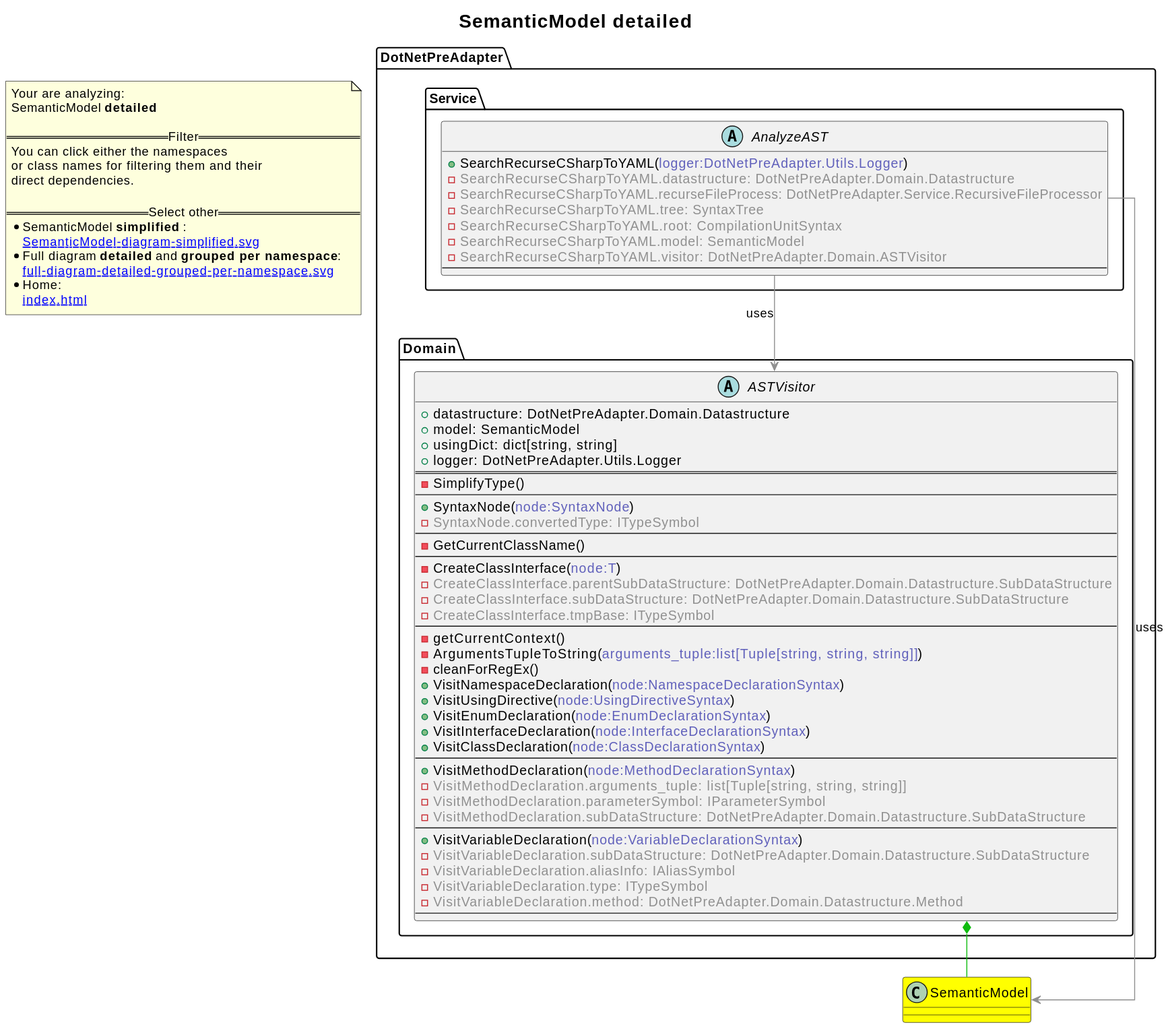
Before: revenger-csharp-adapter.out/SemanticModel-diagram-detailed.svg, a diagram exported from PlantUML (2BlackCoffees/revenger). Source of this version:
```plantuml
@startuml
skinparam linetype ortho
title <size:20>SemanticModel **detailed** </size>
note "Your are analyzing:\nSemanticModel **detailed** \n\n==Filter==\nYou can click either the namespaces \nor class names for filtering them and their\ndirect dependencies.\n\n==Select other==\n* SemanticModel **simplified** :\n   [[SemanticModel-diagram-simplified.svg]]\n* Full diagram **detailed** and **grouped per namespace**:\n   [[full-diagram-detailed-grouped-per-namespace.svg]]\n* Home:\n   [[index.html]]" as FloatingNote
class SemanticModel [[SemanticModel-diagram-detailed.svg]] #yellow {
}
  abstract class DotNetPreAdapter.Domain.ASTVisitor [[DotNetPreAdapter.Domain.ASTVisitor-diagram-detailed.svg]]  {
    + datastructure: DotNetPreAdapter.Domain.Datastructure
    + model: SemanticModel
    + usingDict: dict[string, string]
    + logger: DotNetPreAdapter.Utils.Logger
==
    - SimplifyType(<font color="6060BB"></font>)
--
    + SyntaxNode(<font color="6060BB">node:SyntaxNode</font>)
    - <font color="909090">SyntaxNode.convertedType: ITypeSymbol</font>
--
    - GetCurrentClassName(<font color="6060BB"></font>)
--
    - CreateClassInterface(<font color="6060BB">node:T</font>)
    - <font color="909090">CreateClassInterface.parentSubDataStructure: DotNetPreAdapter.Domain.Datastructure.SubDataStructure</font>
    - <font color="909090">CreateClassInterface.subDataStructure: DotNetPreAdapter.Domain.Datastructure.SubDataStructure</font>
    - <font color="909090">CreateClassInterface.tmpBase: ITypeSymbol</font>
--
    - getCurrentContext(<font color="6060BB"></font>)
    - ArgumentsTupleToString(<font color="6060BB">arguments_tuple:list[Tuple[string, string, string]]</font>)
    - cleanForRegEx(<font color="6060BB"></font>)
    + VisitNamespaceDeclaration(<font color="6060BB">node:NamespaceDeclarationSyntax</font>)
    + VisitUsingDirective(<font color="6060BB">node:UsingDirectiveSyntax</font>)
    + VisitEnumDeclaration(<font color="6060BB">node:EnumDeclarationSyntax</font>)
    + VisitInterfaceDeclaration(<font color="6060BB">node:InterfaceDeclarationSyntax</font>)
    + VisitClassDeclaration(<font color="6060BB">node:ClassDeclarationSyntax</font>)
--
    + VisitMethodDeclaration(<font color="6060BB">node:MethodDeclarationSyntax</font>)
    - <font color="909090">VisitMethodDeclaration.arguments_tuple: list[Tuple[string, string, string]]</font>
    - <font color="909090">VisitMethodDeclaration.parameterSymbol: IParameterSymbol</font>
    - <font color="909090">VisitMethodDeclaration.subDataStructure: DotNetPreAdapter.Domain.Datastructure.SubDataStructure</font>
--
    + VisitVariableDeclaration(<font color="6060BB">node:VariableDeclarationSyntax</font>)
    - <font color="909090">VisitVariableDeclaration.subDataStructure: DotNetPreAdapter.Domain.Datastructure.SubDataStructure</font>
    - <font color="909090">VisitVariableDeclaration.aliasInfo: IAliasSymbol</font>
    - <font color="909090">VisitVariableDeclaration.type: ITypeSymbol</font>
    - <font color="909090">VisitVariableDeclaration.method: DotNetPreAdapter.Domain.Datastructure.Method</font>
--
  }
  abstract class DotNetPreAdapter.Service.AnalyzeAST [[DotNetPreAdapter.Service.AnalyzeAST-diagram-detailed.svg]]  {
    + SearchRecurseCSharpToYAML(<font color="6060BB">logger:DotNetPreAdapter.Utils.Logger</font>)
    - <font color="909090">SearchRecurseCSharpToYAML.datastructure: DotNetPreAdapter.Domain.Datastructure</font>
    - <font color="909090">SearchRecurseCSharpToYAML.recurseFileProcess: DotNetPreAdapter.Service.RecursiveFileProcessor</font>
    - <font color="909090">SearchRecurseCSharpToYAML.tree: SyntaxTree</font>
    - <font color="909090">SearchRecurseCSharpToYAML.root: CompilationUnitSyntax</font>
    - <font color="909090">SearchRecurseCSharpToYAML.model: SemanticModel</font>
    - <font color="909090">SearchRecurseCSharpToYAML.visitor: DotNetPreAdapter.Domain.ASTVisitor</font>
--
  }
DotNetPreAdapter.Domain.ASTVisitor *-[#10BB10]- SemanticModel
DotNetPreAdapter.Service.AnalyzeAST -[#909090]-> SemanticModel  : uses
DotNetPreAdapter.Service.AnalyzeAST -[#909090]-> DotNetPreAdapter.Domain.ASTVisitor  : uses
@enduml
```
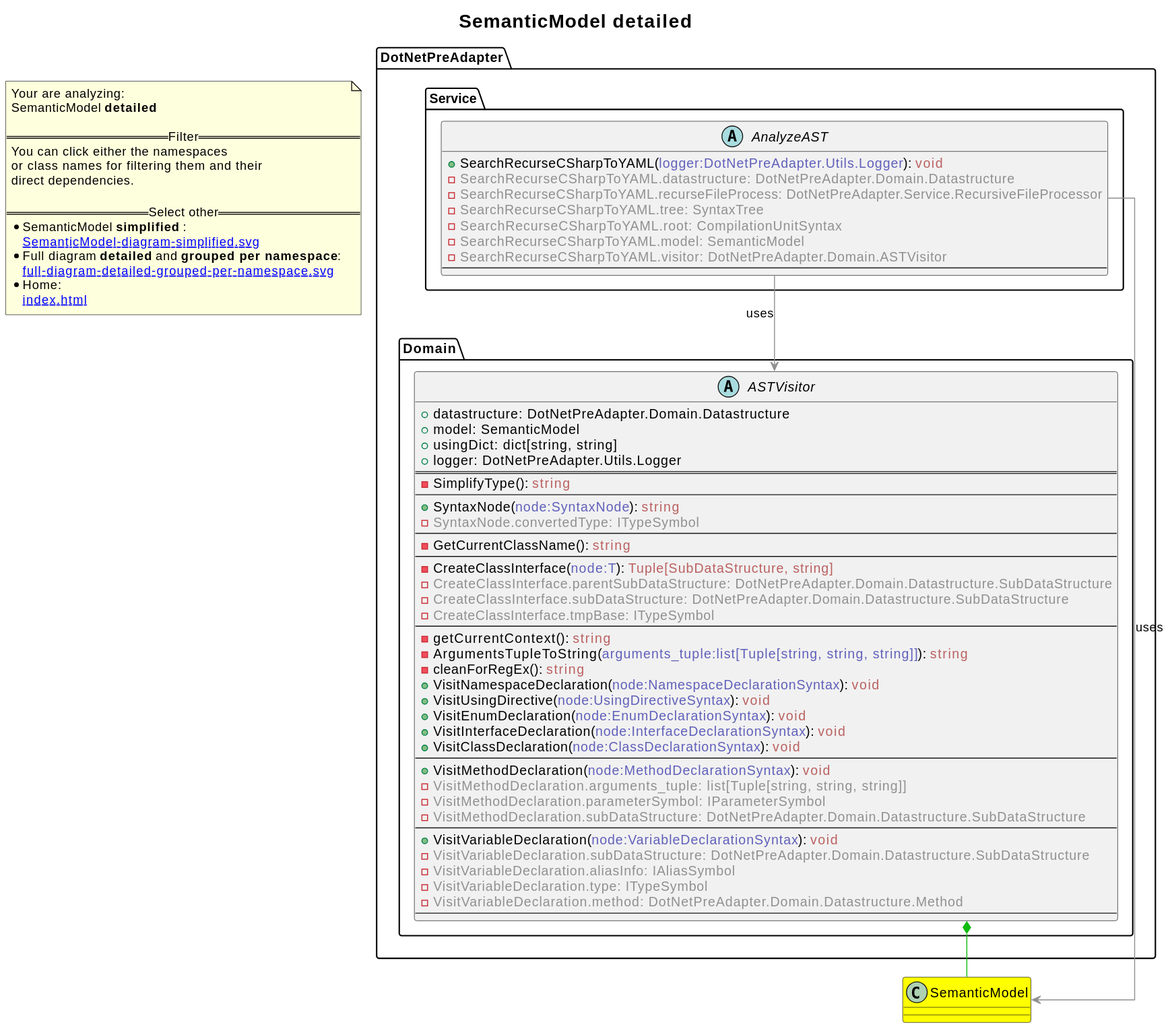
Above is the later version.

Change to the diagram source:
```diff
@@ -10,33 +10,33 @@
     + usingDict: dict[string, string]
     + logger: DotNetPreAdapter.Utils.Logger
 ==
-    - SimplifyType(<font color="6060BB"></font>)
+    - SimplifyType(<font color="6060BB"></font>): <font color="BB6060">string</font>
 --
-    + SyntaxNode(<font color="6060BB">node:SyntaxNode</font>)
+    + SyntaxNode(<font color="6060BB">node:SyntaxNode</font>): <font color="BB6060">string</font>
     - <font color="909090">SyntaxNode.convertedType: ITypeSymbol</font>
 --
-    - GetCurrentClassName(<font color="6060BB"></font>)
+    - GetCurrentClassName(<font color="6060BB"></font>): <font color="BB6060">string</font>
 --
-    - CreateClassInterface(<font color="6060BB">node:T</font>)
+    - CreateClassInterface(<font color="6060BB">node:T</font>): <font color="BB6060">Tuple[SubDataStructure, string]</font>
     - <font color="909090">CreateClassInterface.parentSubDataStructure: DotNetPreAdapter.Domain.Datastructure.SubDataStructure</font>
     - <font color="909090">CreateClassInterface.subDataStructure: DotNetPreAdapter.Domain.Datastructure.SubDataStructure</font>
     - <font color="909090">CreateClassInterface.tmpBase: ITypeSymbol</font>
 --
-    - getCurrentContext(<font color="6060BB"></font>)
-    - ArgumentsTupleToString(<font color="6060BB">arguments_tuple:list[Tuple[string, string, string]]</font>)
-    - cleanForRegEx(<font color="6060BB"></font>)
-    + VisitNamespaceDeclaration(<font color="6060BB">node:NamespaceDeclarationSyntax</font>)
-    + VisitUsingDirective(<font color="6060BB">node:UsingDirectiveSyntax</font>)
-    + VisitEnumDeclaration(<font color="6060BB">node:EnumDeclarationSyntax</font>)
-    + VisitInterfaceDeclaration(<font color="6060BB">node:InterfaceDeclarationSyntax</font>)
-    + VisitClassDeclaration(<font color="6060BB">node:ClassDeclarationSyntax</font>)
+    - getCurrentContext(<font color="6060BB"></font>): <font color="BB6060">string</font>
+    - ArgumentsTupleToString(<font color="6060BB">arguments_tuple:list[Tuple[string, string, string]]</font>): <font color="BB6060">string</font>
+    - cleanForRegEx(<font color="6060BB"></font>): <font color="BB6060">string</font>
+    + VisitNamespaceDeclaration(<font color="6060BB">node:NamespaceDeclarationSyntax</font>): <font color="BB6060">void</font>
+    + VisitUsingDirective(<font color="6060BB">node:UsingDirectiveSyntax</font>): <font color="BB6060">void</font>
+    + VisitEnumDeclaration(<font color="6060BB">node:EnumDeclarationSyntax</font>): <font color="BB6060">void</font>
+    + VisitInterfaceDeclaration(<font color="6060BB">node:InterfaceDeclarationSyntax</font>): <font color="BB6060">void</font>
+    + VisitClassDeclaration(<font color="6060BB">node:ClassDeclarationSyntax</font>): <font color="BB6060">void</font>
 --
-    + VisitMethodDeclaration(<font color="6060BB">node:MethodDeclarationSyntax</font>)
+    + VisitMethodDeclaration(<font color="6060BB">node:MethodDeclarationSyntax</font>): <font color="BB6060">void</font>
     - <font color="909090">VisitMethodDeclaration.arguments_tuple: list[Tuple[string, string, string]]</font>
     - <font color="909090">VisitMethodDeclaration.parameterSymbol: IParameterSymbol</font>
     - <font color="909090">VisitMethodDeclaration.subDataStructure: DotNetPreAdapter.Domain.Datastructure.SubDataStructure</font>
 --
-    + VisitVariableDeclaration(<font color="6060BB">node:VariableDeclarationSyntax</font>)
+    + VisitVariableDeclaration(<font color="6060BB">node:VariableDeclarationSyntax</font>): <font color="BB6060">void</font>
     - <font color="909090">VisitVariableDeclaration.subDataStructure: DotNetPreAdapter.Domain.Datastructure.SubDataStructure</font>
     - <font color="909090">VisitVariableDeclaration.aliasInfo: IAliasSymbol</font>
     - <font color="909090">VisitVariableDeclaration.type: ITypeSymbol</font>
@@ -44,7 +44,7 @@
 --
   }
   abstract class DotNetPreAdapter.Service.AnalyzeAST [[DotNetPreAdapter.Service.AnalyzeAST-diagram-detailed.svg]]  {
-    + SearchRecurseCSharpToYAML(<font color="6060BB">logger:DotNetPreAdapter.Utils.Logger</font>)
+    + SearchRecurseCSharpToYAML(<font color="6060BB">logger:DotNetPreAdapter.Utils.Logger</font>): <font color="BB6060">void</font>
     - <font color="909090">SearchRecurseCSharpToYAML.datastructure: DotNetPreAdapter.Domain.Datastructure</font>
     - <font color="909090">SearchRecurseCSharpToYAML.recurseFileProcess: DotNetPreAdapter.Service.RecursiveFileProcessor</font>
     - <font color="909090">SearchRecurseCSharpToYAML.tree: SyntaxTree</font>
```
